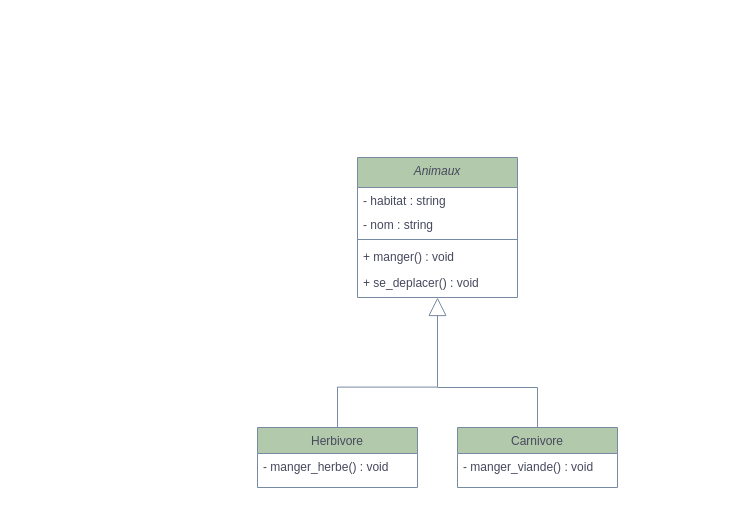
Before: page "Animaux" (1 of 3) of TP05_Animaux_UML.drawio in toruke/Demo_UML, a draw.io diagram. Source tidied: cells renumbered, new cells numbered last; positions are measured from the earlier drawing's top-left corner, leaving out a move shared by most shapes. Both pictures are drawn from the tidied source at 100%, with x=0, y=0 at pixel (257, 157).
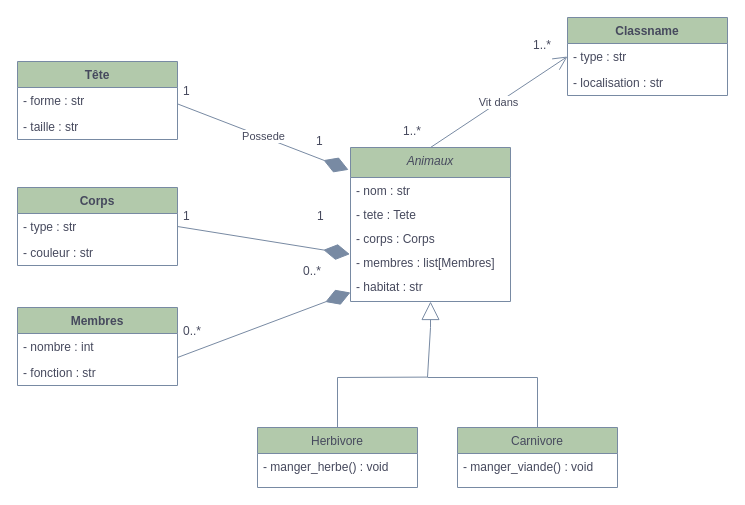
After the change.

The change refers to these unchanged cells:
```xml
<mxCell id="8" value="Herbivore" style="swimlane;fontStyle=0;align=center;verticalAlign=top;horizontal=1;startSize=26;rounded=0;shadow=0;strokeWidth=1;labelBackgroundColor=none;fillColor=#B2C9AB;strokeColor=#788AA3;fontColor=#46495D;" parent="1" vertex="1">
  <mxGeometry y="270" width="160" height="60" as="geometry" />
</mxCell>
<mxCell id="10" value="Carnivore" style="swimlane;fontStyle=0;align=center;verticalAlign=top;horizontal=1;startSize=26;rounded=0;shadow=0;strokeWidth=1;labelBackgroundColor=none;fillColor=#B2C9AB;strokeColor=#788AA3;fontColor=#46495D;" parent="1" vertex="1">
  <mxGeometry x="200" y="270" width="160" height="60" as="geometry" />
</mxCell>
```

The edit, as a diff of the source:
```diff
@@
     <mxCell id="2" value="Animaux" style="swimlane;fontStyle=2;align=center;verticalAlign=top;horizontal=1;startSize=30;rounded=0;shadow=0;strokeWidth=1;labelBackgroundColor=none;fillColor=#B2C9AB;strokeColor=#788AA3;fontColor=#46495D;" parent="1" vertex="1">
-      <mxGeometry x="100" width="160" height="140" as="geometry" />
+      <mxGeometry x="93" y="-10" width="160" height="154" as="geometry" />
     </mxCell>
+    <mxCell id="14" value="- nom : str" style="text;align=left;verticalAlign=top;spacingLeft=4;spacingRight=4;overflow=hidden;labelBackgroundColor=none;fontColor=#46495D;" parent="2" vertex="1">
+      <mxGeometry y="30" width="160" height="24" as="geometry" />
+    </mxCell>
-    <mxCell id="3" value="- habitat : string" style="text;align=left;verticalAlign=top;spacingLeft=4;spacingRight=4;overflow=hidden;labelBackgroundColor=none;fontColor=#46495D;" parent="2" vertex="1">
-      <mxGeometry y="30" width="160" height="24" as="geometry" />
+    <mxCell id="3" value="- tete : Tete" style="text;align=left;verticalAlign=top;spacingLeft=4;spacingRight=4;overflow=hidden;labelBackgroundColor=none;fontColor=#46495D;" parent="2" vertex="1">
+      <mxGeometry y="54" width="160" height="24" as="geometry" />
     </mxCell>
-    <mxCell id="4" value="- nom : string" style="text;align=left;verticalAlign=top;spacingLeft=4;spacingRight=4;overflow=hidden;labelBackgroundColor=none;fontColor=#46495D;" parent="2" vertex="1">
-      <mxGeometry y="54" width="160" height="24" as="geometry" />
-    </mxCell>
-    <mxCell id="5" style="line;html=1;strokeWidth=1;align=left;verticalAlign=middle;spacingTop=-1;spacingLeft=3;spacingRight=3;labelPosition=right;labelBackgroundColor=none;fillColor=#B2C9AB;strokeColor=#788AA3;fontColor=#46495D;" parent="2" vertex="1">
-      <mxGeometry y="78" width="160" height="8" as="geometry" />
-    </mxCell>
-    <mxCell id="6" value="+ manger() : void" style="text;align=left;verticalAlign=top;spacingLeft=4;spacingRight=4;overflow=hidden;labelBackgroundColor=none;fontColor=#46495D;" parent="2" vertex="1">
-      <mxGeometry y="86" width="160" height="26" as="geometry" />
-    </mxCell>
-    <mxCell id="7" value="+ se_deplacer() : void" style="text;align=left;verticalAlign=top;spacingLeft=4;spacingRight=4;overflow=hidden;labelBackgroundColor=none;fontColor=#46495D;" parent="2" vertex="1">
-      <mxGeometry y="112" width="160" height="18" as="geometry" />
-    </mxCell>
+    <mxCell id="15" value="- corps : Corps" style="text;align=left;verticalAlign=top;spacingLeft=4;spacingRight=4;overflow=hidden;labelBackgroundColor=none;fontColor=#46495D;" parent="2" vertex="1">
+      <mxGeometry y="78" width="160" height="24" as="geometry" />
+    </mxCell>
+    <mxCell id="16" value="- membres : list[Membres]" style="text;align=left;verticalAlign=top;spacingLeft=4;spacingRight=4;overflow=hidden;labelBackgroundColor=none;fontColor=#46495D;" parent="2" vertex="1">
+      <mxGeometry y="102" width="160" height="24" as="geometry" />
+    </mxCell>
+    <mxCell id="17" value="- habitat : str" style="text;align=left;verticalAlign=top;spacingLeft=4;spacingRight=4;overflow=hidden;labelBackgroundColor=none;fontColor=#46495D;" parent="2" vertex="1">
+      <mxGeometry y="126" width="160" height="24" as="geometry" />
+    </mxCell>
@@
-    <mxCell id="12" style="endArrow=block;endSize=16;endFill=0;html=1;rounded=0;strokeColor=#788AA3;fontColor=default;fillColor=#B2C9AB;exitX=0.5;exitY=0;exitDx=0;exitDy=0;labelBackgroundColor=none;" parent="1" edge="1">
+    <mxCell id="12" style="endArrow=block;endSize=16;endFill=0;html=1;rounded=0;strokeColor=#788AA3;fontColor=default;fillColor=#B2C9AB;exitX=0.5;exitY=0;exitDx=0;exitDy=0;labelBackgroundColor=none;entryX=0.5;entryY=1;entryDx=0;entryDy=0;" parent="1" edge="1" source="8" target="2">
       <mxGeometry x="-0.3" y="40" relative="1" as="geometry">
-        <mxPoint x="80" y="269.6" as="sourcePoint" />
-        <mxPoint x="180" y="140" as="targetPoint" />
         <Array as="points">
-          <mxPoint x="80" y="229.6" />
-          <mxPoint x="180" y="229.6" />
+          <mxPoint x="80" y="220" />
+          <mxPoint x="170" y="219.6" />
+          <mxPoint x="173" y="170" />
         </Array>
       </mxGeometry>
     </mxCell>
-    <mxCell id="13" style="endArrow=none;html=1;rounded=0;strokeColor=#788AA3;fontColor=default;fillColor=#B2C9AB;entryX=0.5;entryY=0;entryDx=0;entryDy=0;labelBackgroundColor=none;" parent="1" edge="1" target="10">
+    <mxCell id="13" style="endArrow=none;html=1;rounded=0;strokeColor=#788AA3;fontColor=default;fillColor=#B2C9AB;labelBackgroundColor=none;entryX=0.5;entryY=0;entryDx=0;entryDy=0;" parent="1" edge="1" target="10">
       <mxGeometry relative="1" as="geometry">
-        <mxPoint x="180" y="230" as="sourcePoint" />
+        <mxPoint x="170" y="220" as="sourcePoint" />
         <Array as="points">
-          <mxPoint x="280" y="230" />
+          <mxPoint x="280" y="220" />
         </Array>
       </mxGeometry>
     </mxCell>
+    <mxCell id="18" value="Corps" style="swimlane;fontStyle=1;align=center;verticalAlign=top;horizontal=1;startSize=26;whiteSpace=wrap;html=1;labelBackgroundColor=none;fillColor=#B2C9AB;strokeColor=#788AA3;fontColor=#46495D;" parent="1" vertex="1">
+      <mxGeometry x="-240" y="30" width="160" height="78" as="geometry" />
+    </mxCell>
+    <mxCell id="19" value="- type : str" style="text;strokeColor=none;fillColor=none;align=left;verticalAlign=top;spacingLeft=4;spacingRight=4;overflow=hidden;points=[[0,0.5],[1,0.5]];portConstraint=eastwest;whiteSpace=wrap;html=1;labelBackgroundColor=none;fontColor=#46495D;" parent="18" vertex="1">
+      <mxGeometry y="26" width="160" height="26" as="geometry" />
+    </mxCell>
+    <mxCell id="20" value="- couleur : str" style="text;strokeColor=none;fillColor=none;align=left;verticalAlign=top;spacingLeft=4;spacingRight=4;overflow=hidden;whiteSpace=wrap;html=1;labelBackgroundColor=none;fontColor=#46495D;" parent="18" vertex="1">
+      <mxGeometry y="52" width="160" height="26" as="geometry" />
+    </mxCell>
+    <mxCell id="21" value="Tête" style="swimlane;fontStyle=1;align=center;verticalAlign=top;horizontal=1;startSize=26;whiteSpace=wrap;html=1;strokeColor=#788AA3;fontColor=#46495D;fillColor=#B2C9AB;" parent="1" vertex="1">
+      <mxGeometry x="-240" y="-96" width="160" height="78" as="geometry" />
+    </mxCell>
+    <mxCell id="22" value="- forme : str" style="text;strokeColor=none;fillColor=none;align=left;verticalAlign=top;spacingLeft=4;spacingRight=4;overflow=hidden;whiteSpace=wrap;html=1;fontColor=#46495D;" parent="21" vertex="1">
+      <mxGeometry y="26" width="160" height="26" as="geometry" />
+    </mxCell>
+    <mxCell id="23" value="- taille : str" style="text;strokeColor=none;fillColor=none;align=left;verticalAlign=top;spacingLeft=4;spacingRight=4;overflow=hidden;whiteSpace=wrap;html=1;fontColor=#46495D;" parent="21" vertex="1">
+      <mxGeometry y="52" width="160" height="26" as="geometry" />
+    </mxCell>
+    <mxCell id="24" value="Membres" style="swimlane;fontStyle=1;align=center;verticalAlign=top;horizontal=1;startSize=26;whiteSpace=wrap;html=1;strokeColor=#788AA3;fontColor=#46495D;fillColor=#B2C9AB;" parent="1" vertex="1">
+      <mxGeometry x="-240" y="150" width="160" height="78" as="geometry" />
+    </mxCell>
+    <mxCell id="25" value="- nombre : int" style="text;strokeColor=none;fillColor=none;align=left;verticalAlign=top;spacingLeft=4;spacingRight=4;overflow=hidden;whiteSpace=wrap;html=1;fontColor=#46495D;" parent="24" vertex="1">
+      <mxGeometry y="26" width="160" height="26" as="geometry" />
+    </mxCell>
+    <mxCell id="26" value="- fonction : str" style="text;strokeColor=none;fillColor=none;align=left;verticalAlign=top;spacingLeft=4;spacingRight=4;overflow=hidden;whiteSpace=wrap;html=1;fontColor=#46495D;" parent="24" vertex="1">
+      <mxGeometry y="52" width="160" height="26" as="geometry" />
+    </mxCell>
+    <mxCell id="27" value="Possede" style="endArrow=diamondThin;endFill=1;endSize=24;html=1;rounded=0;strokeColor=#788AA3;fontColor=#46495D;fillColor=#B2C9AB;entryX=-0.012;entryY=0.145;entryDx=0;entryDy=0;entryPerimeter=0;" parent="1" edge="1" target="2">
+      <mxGeometry relative="1" as="geometry">
+        <mxPoint x="-80" y="-53.6" as="sourcePoint" />
+      </mxGeometry>
+    </mxCell>
+    <mxCell id="28" style="endArrow=diamondThin;endFill=1;endSize=24;html=1;rounded=0;strokeColor=#788AA3;fontColor=#46495D;fillColor=#B2C9AB;entryX=-0.004;entryY=1.196;entryDx=0;entryDy=0;entryPerimeter=0;exitX=1;exitY=0.5;exitDx=0;exitDy=0;" parent="1" edge="1" source="19">
+      <mxGeometry relative="1" as="geometry">
+        <mxPoint x="92.4" y="96.7" as="targetPoint" />
+      </mxGeometry>
+    </mxCell>
+    <mxCell id="29" style="endArrow=diamondThin;endFill=1;endSize=24;html=1;rounded=0;strokeColor=#788AA3;fontColor=#46495D;fillColor=#B2C9AB;entryX=0;entryY=0.5;entryDx=0;entryDy=0;" parent="1" edge="1">
+      <mxGeometry relative="1" as="geometry">
+        <mxPoint x="-80" y="200" as="sourcePoint" />
+        <mxPoint x="93" y="135" as="targetPoint" />
+      </mxGeometry>
+    </mxCell>
+    <mxCell id="30" value="Classname" style="swimlane;fontStyle=1;align=center;verticalAlign=top;horizontal=1;startSize=26;whiteSpace=wrap;html=1;strokeColor=#788AA3;fontColor=#46495D;fillColor=#B2C9AB;" parent="1" vertex="1">
+      <mxGeometry x="310" y="-140" width="160" height="78" as="geometry" />
+    </mxCell>
+    <mxCell id="31" value="- type : str" style="text;strokeColor=none;fillColor=none;align=left;verticalAlign=top;spacingLeft=4;spacingRight=4;overflow=hidden;points=[[0,0.5],[1,0.5]];portConstraint=eastwest;whiteSpace=wrap;html=1;fontColor=#46495D;" parent="30" vertex="1">
+      <mxGeometry y="26" width="160" height="26" as="geometry" />
+    </mxCell>
+    <mxCell id="32" value="- localisation : str" style="text;strokeColor=none;fillColor=none;align=left;verticalAlign=top;spacingLeft=4;spacingRight=4;overflow=hidden;whiteSpace=wrap;html=1;fontColor=#46495D;" parent="30" vertex="1">
+      <mxGeometry y="52" width="160" height="26" as="geometry" />
+    </mxCell>
+    <mxCell id="33" value="Vit dans" style="endArrow=open;endFill=1;endSize=12;html=1;rounded=0;strokeColor=#788AA3;fontColor=#46495D;fillColor=#B2C9AB;exitX=0.5;exitY=0;exitDx=0;exitDy=0;entryX=0;entryY=0.5;entryDx=0;entryDy=0;" parent="1" edge="1" source="2" target="31">
+      <mxGeometry relative="1" as="geometry" />
+    </mxCell>
+    <mxCell id="34" value="1" style="text;strokeColor=none;fillColor=none;spacingLeft=4;spacingRight=4;overflow=hidden;fontSize=12;whiteSpace=wrap;html=1;fontColor=#46495D;labelBackgroundColor=none;" parent="1" vertex="1">
+      <mxGeometry x="-80" y="-80" width="40" height="30" as="geometry" />
+    </mxCell>
+    <mxCell id="35" value="1" style="text;strokeColor=none;fillColor=none;spacingLeft=4;spacingRight=4;overflow=hidden;fontSize=12;whiteSpace=wrap;html=1;fontColor=#46495D;labelBackgroundColor=none;" parent="1" vertex="1">
+      <mxGeometry x="-80" y="45" width="40" height="30" as="geometry" />
+    </mxCell>
+    <mxCell id="36" value="0..*" style="text;strokeColor=none;fillColor=none;spacingLeft=4;spacingRight=4;overflow=hidden;fontSize=12;whiteSpace=wrap;html=1;fontColor=#46495D;labelBackgroundColor=none;" parent="1" vertex="1">
+      <mxGeometry x="-80" y="160" width="40" height="30" as="geometry" />
+    </mxCell>
+    <mxCell id="37" value="1" style="text;strokeColor=none;fillColor=none;spacingLeft=4;spacingRight=4;overflow=hidden;fontSize=12;whiteSpace=wrap;html=1;fontColor=#46495D;labelBackgroundColor=none;" parent="1" vertex="1">
+      <mxGeometry x="53" y="-30" width="40" height="30" as="geometry" />
+    </mxCell>
+    <mxCell id="38" value="1" style="text;strokeColor=none;fillColor=none;spacingLeft=4;spacingRight=4;overflow=hidden;fontSize=12;whiteSpace=wrap;html=1;fontColor=#46495D;labelBackgroundColor=none;" parent="1" vertex="1">
+      <mxGeometry x="54" y="45" width="40" height="30" as="geometry" />
+    </mxCell>
+    <mxCell id="39" value="0..*" style="text;strokeColor=none;fillColor=none;spacingLeft=4;spacingRight=4;overflow=hidden;fontSize=12;whiteSpace=wrap;html=1;fontColor=#46495D;labelBackgroundColor=none;" parent="1" vertex="1">
+      <mxGeometry x="40" y="100" width="40" height="30" as="geometry" />
+    </mxCell>
+    <mxCell id="40" value="1..*" style="text;strokeColor=none;fillColor=none;spacingLeft=4;spacingRight=4;overflow=hidden;fontSize=12;whiteSpace=wrap;html=1;fontColor=#46495D;labelBackgroundColor=none;" parent="1" vertex="1">
+      <mxGeometry x="140" y="-40" width="40" height="30" as="geometry" />
+    </mxCell>
+    <mxCell id="41" value="1..*" style="text;strokeColor=none;fillColor=none;spacingLeft=4;spacingRight=4;overflow=hidden;fontSize=12;whiteSpace=wrap;html=1;fontColor=#46495D;labelBackgroundColor=none;" parent="1" vertex="1">
+      <mxGeometry x="270" y="-126" width="40" height="30" as="geometry" />
+    </mxCell>
```
